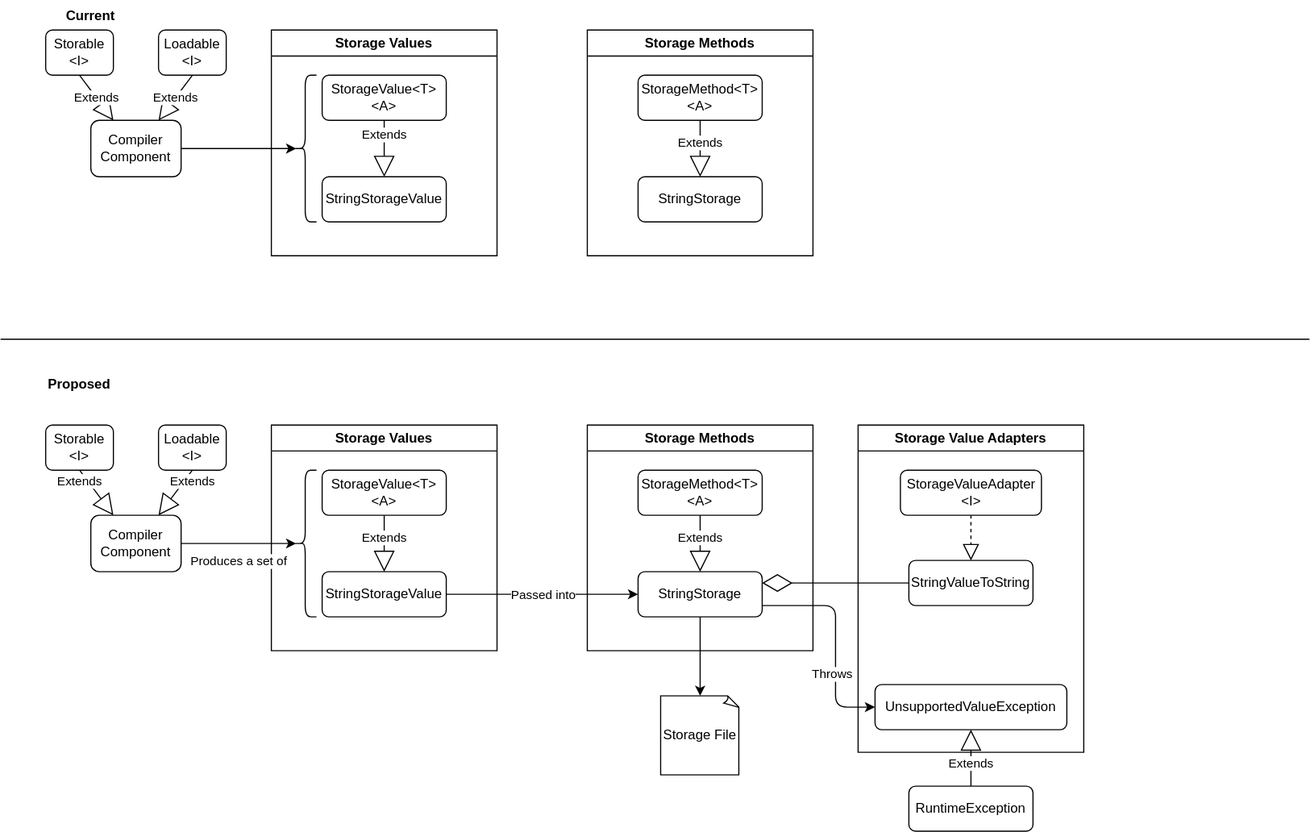
The draw.io diagram docs/diagrams/Storage.drawio.svg in warburec/GenCompilation, before a commit. Source tidied: cells renumbered, new cells last; positions are measured from the earlier drawing's top-left corner, leaving out a move shared by most shapes.
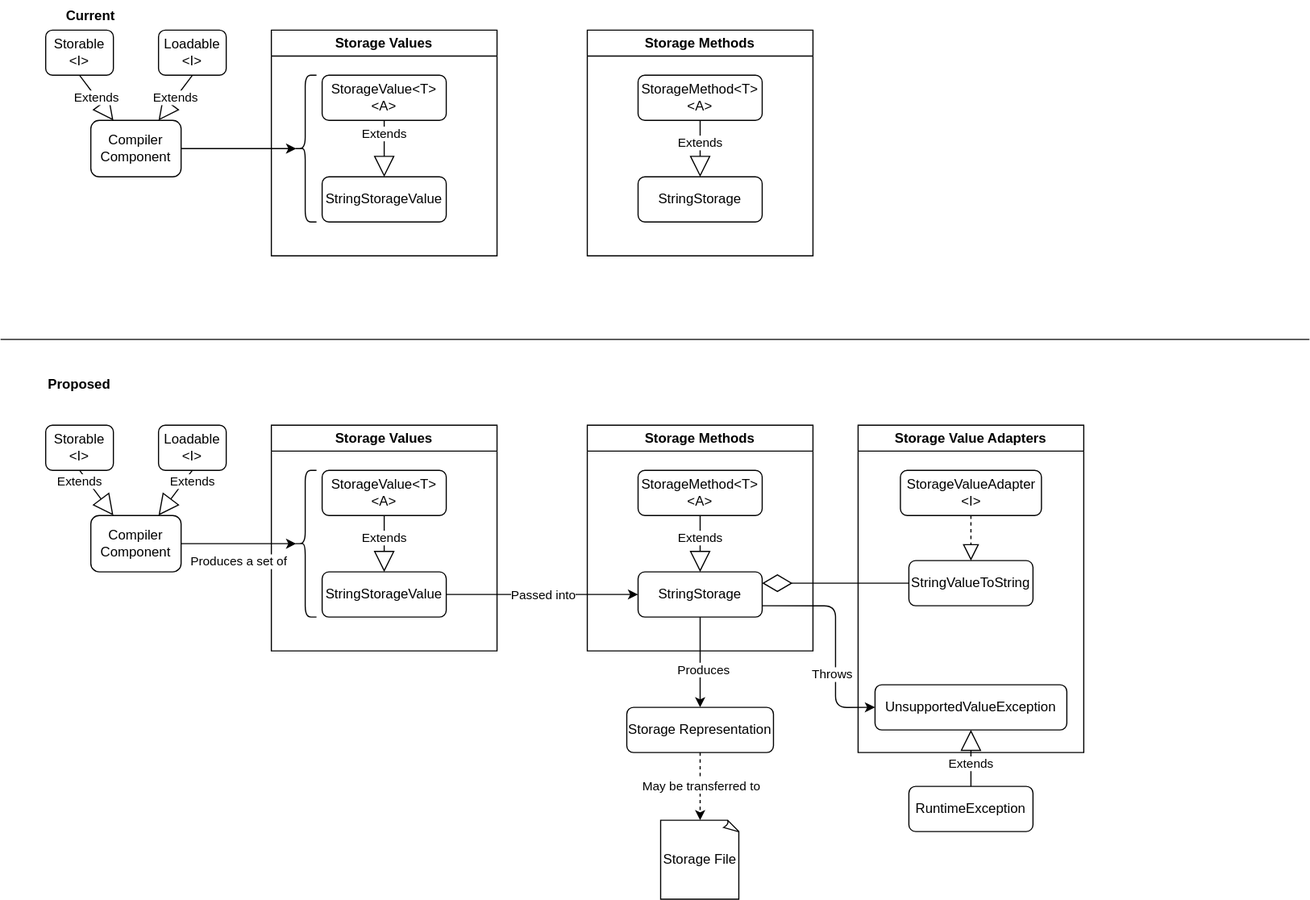
Later version of the same file.

Commit message:
Storage proposed representation/file storage architecture edit

What changed in the source:
```diff
@@ -160,10 +160,24 @@
       </mxGeometry>
     </mxCell>
     <mxCell id="48" value="Storage File" style="whiteSpace=wrap;html=1;shape=mxgraph.basic.document;" parent="1" vertex="1">
-      <mxGeometry x="585" y="616" width="70" height="70" as="geometry" />
+      <mxGeometry x="585" y="726" width="70" height="70" as="geometry" />
     </mxCell>
-    <mxCell id="49" style="edgeStyle=orthogonalEdgeStyle;html=1;exitX=0.5;exitY=1;exitDx=0;exitDy=0;entryX=0.5;entryY=0;entryDx=0;entryDy=0;entryPerimeter=0;" parent="1" edge="1" source="28" target="48">
+    <mxCell id="49" style="edgeStyle=orthogonalEdgeStyle;html=1;exitX=0.5;exitY=1;exitDx=0;exitDy=0;entryX=0.5;entryY=0;entryDx=0;entryDy=0;" parent="1" edge="1" source="28" target="51">
       <mxGeometry relative="1" as="geometry" />
     </mxCell>
+    <mxCell id="50" value="Produces" style="edgeLabel;html=1;align=center;verticalAlign=middle;" parent="49" vertex="1">
+      <mxGeometry x="0.18" y="2" relative="1" as="geometry" />
+    </mxCell>
+    <mxCell id="51" value="Storage Representation" style="rounded=1;whiteSpace=wrap;html=1;" parent="1" vertex="1">
+      <mxGeometry x="555" y="626" width="130" height="40" as="geometry" />
+    </mxCell>
+    <mxCell id="52" style="html=1;labelBackgroundColor=#ffffff;startArrow=none;startFill=0;startSize=6;endArrow=classic;endFill=1;endSize=6;jettySize=auto;strokeWidth=1;dashed=1;fontSize=14;exitX=0.5;exitY=1;exitDx=0;exitDy=0;entryX=0.5;entryY=0;entryDx=0;entryDy=0;entryPerimeter=0;" parent="1" edge="1" source="51" target="48">
+      <mxGeometry relative="1" as="geometry" />
+    </mxCell>
+    <mxCell id="53" value="May be transferred to" style="edgeLabel;html=1;align=center;verticalAlign=middle;" parent="52" vertex="1">
+      <mxGeometry x="-0.24" y="2" relative="1" as="geometry">
+        <mxPoint x="-2" y="7" as="offset" />
+      </mxGeometry>
+    </mxCell>
   </root>
 </mxGraphModel>
```
